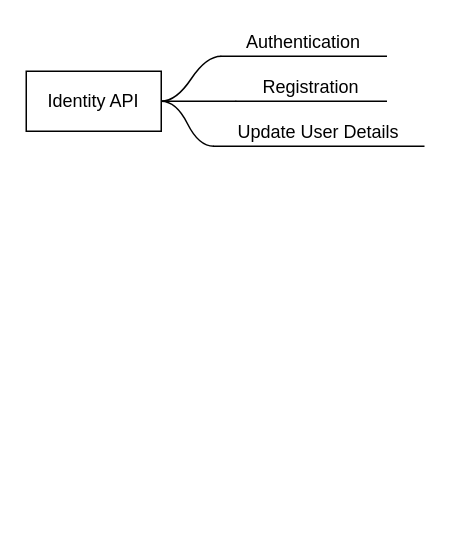
The draw.io diagram Untitled Diagram.drawio in pterrajkumar/Kanglei, before the edit. Source tidied: cells renumbered, new cells numbered last; positions are measured from the earlier drawing's top-left corner, leaving out a move shared by most shapes. Both pictures are drawn from the tidied source at 150%, with x=0, y=0 at pixel (26, 26).
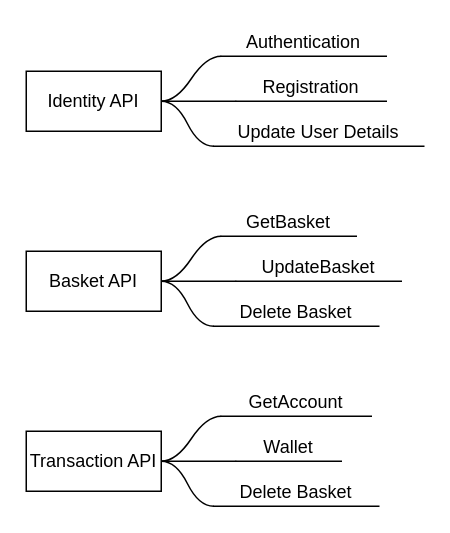
The same diagram, later.

The edit, as a diff of the source:
```diff
@@
-    <mxCell id="3" value="Authentication" style="whiteSpace=wrap;html=1;shape=partialRectangle;top=0;left=0;bottom=1;right=0;points=[[0,1],[1,1]];strokeColor=#000000;fillColor=none;align=center;verticalAlign=bottom;routingCenterY=0.5;snapToPoint=1;" parent="1" vertex="1">
+    <mxCell id="3" value="Authentication" style="whiteSpace=wrap;html=1;shape=partialRectangle;top=0;left=0;bottom=1;right=0;points=[[0,1],[1,1]];strokeColor=#000000;fillColor=none;align=center;verticalAlign=bottom;routingCenterY=0.5;snapToPoint=1;" parent="1" vertex="1" collapsed="1">
       <mxGeometry x="130" width="110" height="20" as="geometry" />
     </mxCell>
@@
-    <mxCell id="5" value="Registration" style="whiteSpace=wrap;html=1;shape=partialRectangle;top=0;left=0;bottom=1;right=0;points=[[0,1],[1,1]];strokeColor=#000000;fillColor=none;align=center;verticalAlign=bottom;routingCenterY=0.5;snapToPoint=1;" parent="1" vertex="1">
+    <mxCell id="5" value="Registration" style="whiteSpace=wrap;html=1;shape=partialRectangle;top=0;left=0;bottom=1;right=0;points=[[0,1],[1,1]];strokeColor=#000000;fillColor=none;align=center;verticalAlign=bottom;routingCenterY=0.5;snapToPoint=1;" parent="1" vertex="1" collapsed="1">
       <mxGeometry x="140" y="30" width="100" height="20" as="geometry" />
     </mxCell>
@@
-    <mxCell id="7" value="Update User Details" style="whiteSpace=wrap;html=1;shape=partialRectangle;top=0;left=0;bottom=1;right=0;points=[[0,1],[1,1]];strokeColor=#000000;fillColor=none;align=center;verticalAlign=bottom;routingCenterY=0.5;snapToPoint=1;" parent="1" vertex="1">
+    <mxCell id="7" value="Update User Details" style="whiteSpace=wrap;html=1;shape=partialRectangle;top=0;left=0;bottom=1;right=0;points=[[0,1],[1,1]];strokeColor=#000000;fillColor=none;align=center;verticalAlign=bottom;routingCenterY=0.5;snapToPoint=1;" parent="1" vertex="1" collapsed="1">
       <mxGeometry x="125" y="60" width="140" height="20" as="geometry" />
     </mxCell>
@@
+    <mxCell id="9" value="Basket API" style="rounded=0;whiteSpace=wrap;html=1;" parent="1" vertex="1">
+      <mxGeometry y="150" width="90" height="40" as="geometry" />
+    </mxCell>
+    <mxCell id="10" value="GetBasket" style="whiteSpace=wrap;html=1;shape=partialRectangle;top=0;left=0;bottom=1;right=0;points=[[0,1],[1,1]];strokeColor=#000000;fillColor=none;align=center;verticalAlign=bottom;routingCenterY=0.5;snapToPoint=1;" parent="1" vertex="1" collapsed="1">
+      <mxGeometry x="130" y="120" width="90" height="20" as="geometry" />
+    </mxCell>
+    <mxCell id="11" style="edgeStyle=entityRelationEdgeStyle;startArrow=none;endArrow=none;segment=10;curved=1;exitX=1;exitY=0.5;exitDx=0;exitDy=0;" parent="1" edge="1" source="9" target="10">
+      <mxGeometry relative="1" as="geometry" />
+    </mxCell>
+    <mxCell id="12" value="UpdateBasket" style="whiteSpace=wrap;html=1;shape=partialRectangle;top=0;left=0;bottom=1;right=0;points=[[0,1],[1,1]];strokeColor=#000000;fillColor=none;align=center;verticalAlign=bottom;routingCenterY=0.5;snapToPoint=1;" parent="1" vertex="1" collapsed="1">
+      <mxGeometry x="140" y="150" width="110" height="20" as="geometry" />
+    </mxCell>
+    <mxCell id="13" style="edgeStyle=entityRelationEdgeStyle;startArrow=none;endArrow=none;segment=10;curved=1;" parent="1" edge="1" target="12">
+      <mxGeometry relative="1" as="geometry">
+        <mxPoint x="90" y="170" as="sourcePoint" />
+      </mxGeometry>
+    </mxCell>
+    <mxCell id="14" value="Delete Basket" style="whiteSpace=wrap;html=1;shape=partialRectangle;top=0;left=0;bottom=1;right=0;points=[[0,1],[1,1]];strokeColor=#000000;fillColor=none;align=center;verticalAlign=bottom;routingCenterY=0.5;snapToPoint=1;" parent="1" vertex="1" collapsed="1">
+      <mxGeometry x="125" y="180" width="110" height="20" as="geometry" />
+    </mxCell>
+    <mxCell id="15" style="edgeStyle=entityRelationEdgeStyle;startArrow=none;endArrow=none;segment=10;curved=1;" parent="1" edge="1" target="14">
+      <mxGeometry relative="1" as="geometry">
+        <mxPoint x="90" y="170" as="sourcePoint" />
+      </mxGeometry>
+    </mxCell>
+    <mxCell id="16" value="Transaction API" style="rounded=0;whiteSpace=wrap;html=1;" parent="1" vertex="1">
+      <mxGeometry y="270" width="90" height="40" as="geometry" />
+    </mxCell>
+    <mxCell id="17" value="GetAccount" style="whiteSpace=wrap;html=1;shape=partialRectangle;top=0;left=0;bottom=1;right=0;points=[[0,1],[1,1]];strokeColor=#000000;fillColor=none;align=center;verticalAlign=bottom;routingCenterY=0.5;snapToPoint=1;" parent="1" vertex="1" collapsed="1">
+      <mxGeometry x="130" y="240" width="100" height="20" as="geometry" />
+    </mxCell>
+    <mxCell id="18" style="edgeStyle=entityRelationEdgeStyle;startArrow=none;endArrow=none;segment=10;curved=1;exitX=1;exitY=0.5;exitDx=0;exitDy=0;" parent="1" edge="1" source="16" target="17">
+      <mxGeometry relative="1" as="geometry" />
+    </mxCell>
+    <mxCell id="19" value="Wallet" style="whiteSpace=wrap;html=1;shape=partialRectangle;top=0;left=0;bottom=1;right=0;points=[[0,1],[1,1]];strokeColor=#000000;fillColor=none;align=center;verticalAlign=bottom;routingCenterY=0.5;snapToPoint=1;" parent="1" vertex="1" collapsed="1">
+      <mxGeometry x="140" y="270" width="70" height="20" as="geometry" />
+    </mxCell>
+    <mxCell id="20" style="edgeStyle=entityRelationEdgeStyle;startArrow=none;endArrow=none;segment=10;curved=1;" parent="1" edge="1" target="19">
+      <mxGeometry relative="1" as="geometry">
+        <mxPoint x="90" y="290" as="sourcePoint" />
+      </mxGeometry>
+    </mxCell>
+    <mxCell id="21" value="Delete Basket" style="whiteSpace=wrap;html=1;shape=partialRectangle;top=0;left=0;bottom=1;right=0;points=[[0,1],[1,1]];strokeColor=#000000;fillColor=none;align=center;verticalAlign=bottom;routingCenterY=0.5;snapToPoint=1;" parent="1" vertex="1" collapsed="1">
+      <mxGeometry x="125" y="300" width="110" height="20" as="geometry" />
+    </mxCell>
+    <mxCell id="22" style="edgeStyle=entityRelationEdgeStyle;startArrow=none;endArrow=none;segment=10;curved=1;" parent="1" edge="1" target="21">
+      <mxGeometry relative="1" as="geometry">
+        <mxPoint x="90" y="290" as="sourcePoint" />
+      </mxGeometry>
+    </mxCell>
```
